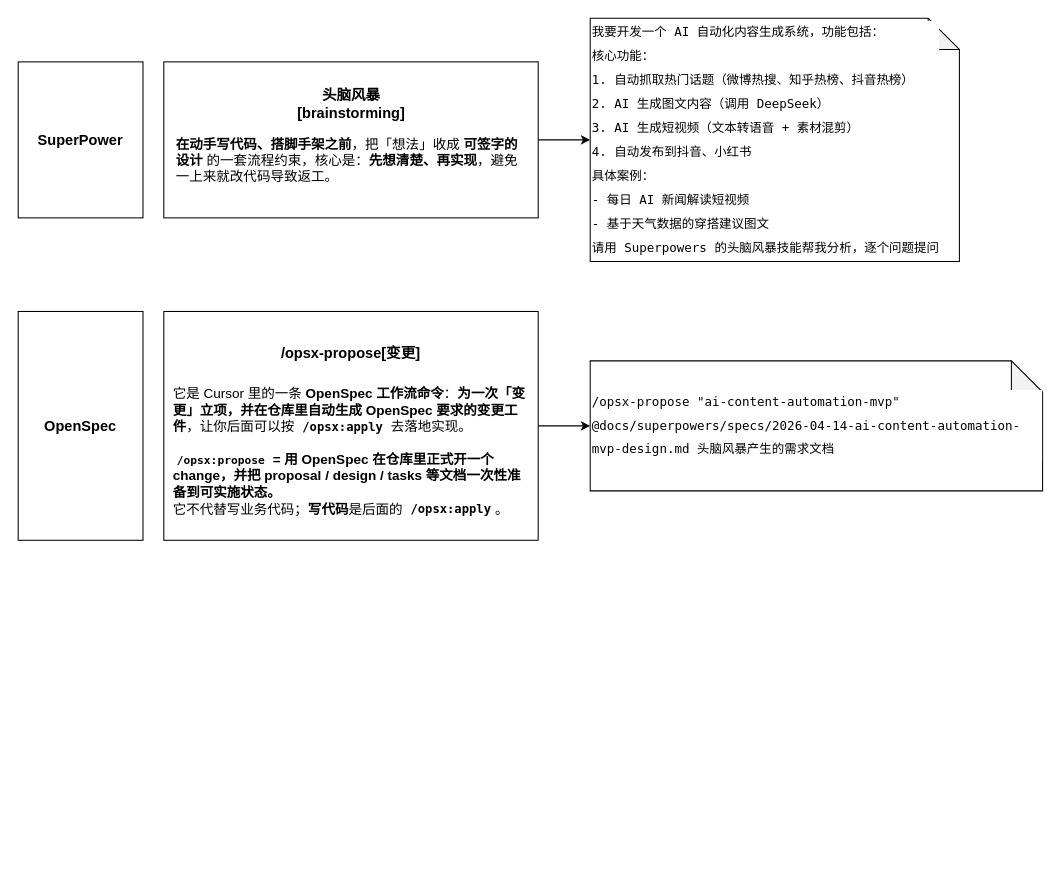
spjiang/ai-content-automation keeps this draw.io diagram as docs/superpower+openspec.drawio. Above is the earlier version. Source tidied: cells renumbered, new cells numbered last; positions are measured from the earlier drawing's top-left corner, leaving out a move shared by most shapes. Both pictures are drawn from the tidied source at 104%, with x=0, y=0 at pixel (18, 18).
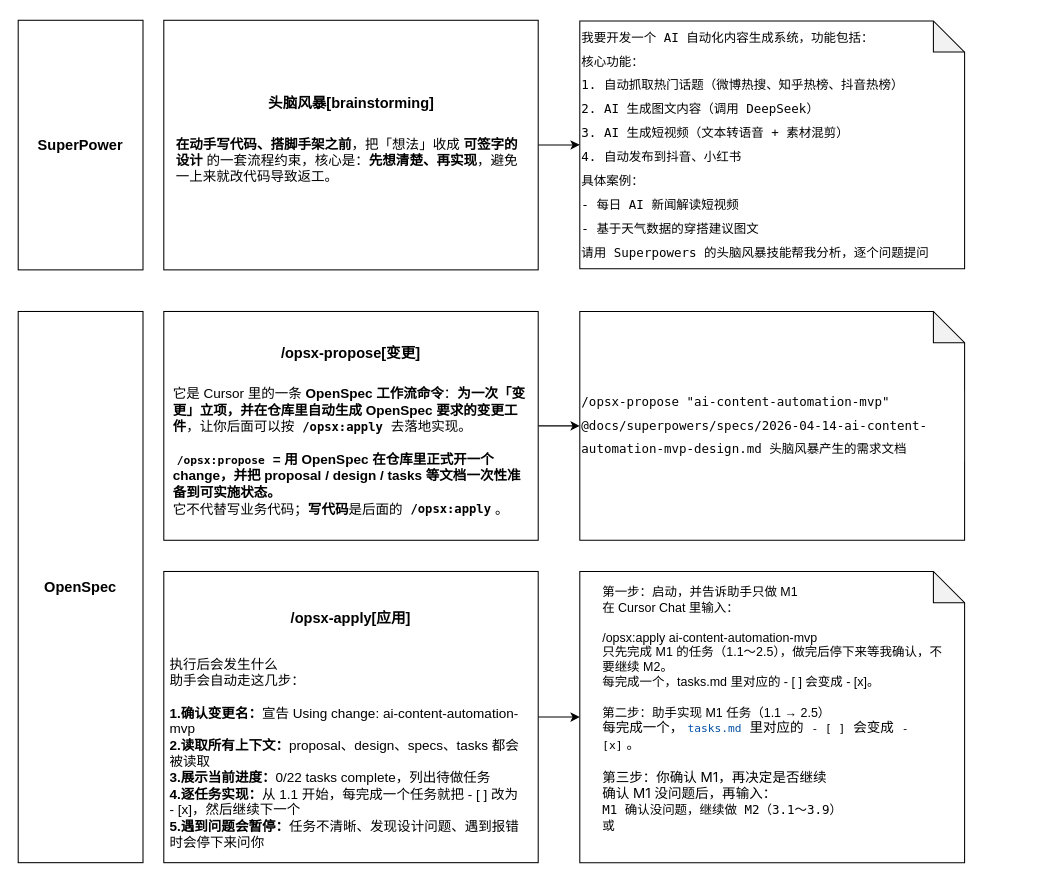
The same diagram, later.

Diff of the diagram source:
```diff
@@
     <mxCell id="2" value="&lt;b&gt;&lt;font style=&quot;font-size: 14px&quot;&gt;SuperPower&lt;/font&gt;&lt;/b&gt;" style="rounded=0;whiteSpace=wrap;html=1;" parent="1" vertex="1">
-      <mxGeometry y="42" width="120" height="150" as="geometry" />
+      <mxGeometry y="2" width="120" height="240" as="geometry" />
     </mxCell>
@@
     <mxCell id="4" style="rounded=0;whiteSpace=wrap;html=1;" parent="1" vertex="1">
-      <mxGeometry x="140" y="42" width="360" height="150" as="geometry" />
+      <mxGeometry x="140" y="2" width="360" height="240" as="geometry" />
     </mxCell>
     <mxCell id="5" value="&lt;b&gt;&lt;font style=&quot;font-size: 14px&quot;&gt;头脑风暴[brainstorming]&lt;/font&gt;&lt;/b&gt;" style="text;html=1;strokeColor=none;fillColor=none;align=center;verticalAlign=middle;whiteSpace=wrap;rounded=0;" parent="1" vertex="1">
-      <mxGeometry x="247.5" y="72" width="145" height="20" as="geometry" />
+      <mxGeometry x="213.8" y="72" width="212.5" height="20" as="geometry" />
     </mxCell>
@@
     <mxCell id="8" value="&lt;font style=&quot;font-size: 14px&quot;&gt;&lt;b&gt;OpenSpec&lt;/b&gt;&lt;/font&gt;" style="rounded=0;whiteSpace=wrap;html=1;" parent="1" vertex="1">
-      <mxGeometry y="282" width="120" height="220" as="geometry" />
+      <mxGeometry y="282" width="120" height="530" as="geometry" />
     </mxCell>
@@
     <mxCell id="12" value="&lt;div style=&quot;background-color: rgb(255 , 255 , 255) ; line-height: 23px&quot;&gt;&lt;div&gt;&lt;div&gt;&lt;font face=&quot;menlo, monaco, courier new, monospace&quot;&gt;我要开发一个 AI 自动化内容生成系统，功能包括：&lt;/font&gt;&lt;/div&gt;&lt;div&gt;&lt;font face=&quot;menlo, monaco, courier new, monospace&quot;&gt;核心功能：&lt;/font&gt;&lt;/div&gt;&lt;div&gt;&lt;font face=&quot;menlo, monaco, courier new, monospace&quot;&gt;1. 自动抓取热门话题（微博热搜、知乎热榜、抖音热榜）&lt;/font&gt;&lt;/div&gt;&lt;div&gt;&lt;font face=&quot;menlo, monaco, courier new, monospace&quot;&gt;2. AI 生成图文内容（调用 DeepSeek）&lt;/font&gt;&lt;/div&gt;&lt;div&gt;&lt;font face=&quot;menlo, monaco, courier new, monospace&quot;&gt;3. AI 生成短视频（文本转语音 + 素材混剪）&lt;/font&gt;&lt;/div&gt;&lt;div&gt;&lt;font face=&quot;menlo, monaco, courier new, monospace&quot;&gt;4. 自动发布到抖音、小红书&lt;/font&gt;&lt;/div&gt;&lt;div&gt;&lt;font face=&quot;menlo, monaco, courier new, monospace&quot;&gt;具体案例：&lt;/font&gt;&lt;/div&gt;&lt;div&gt;&lt;font face=&quot;menlo, monaco, courier new, monospace&quot;&gt;- 每日 AI 新闻解读短视频&lt;/font&gt;&lt;/div&gt;&lt;div&gt;&lt;font face=&quot;menlo, monaco, courier new, monospace&quot;&gt;- 基于天气数据的穿搭建议图文&lt;/font&gt;&lt;/div&gt;&lt;div&gt;&lt;font face=&quot;menlo, monaco, courier new, monospace&quot;&gt;请用 Superpowers 的头脑风暴技能帮我分析，逐个问题提问&lt;/font&gt;&lt;/div&gt;&lt;/div&gt;&lt;/div&gt;" style="shape=note;whiteSpace=wrap;html=1;backgroundOutline=1;darkOpacity=0.05;align=left;" parent="1" vertex="1">
-      <mxGeometry x="550" y="0.1" width="355" height="233.8" as="geometry" />
+      <mxGeometry x="540" y="2.6" width="370" height="238.4" as="geometry" />
     </mxCell>
     <mxCell id="13" value="&lt;div style=&quot;background-color: rgb(255 , 255 , 255) ; font-family: &amp;#34;menlo&amp;#34; , &amp;#34;monaco&amp;#34; , &amp;#34;courier new&amp;#34; , monospace ; line-height: 23px&quot;&gt;&lt;font style=&quot;font-size: 12px&quot;&gt;/opsx-propose &quot;ai-content-automation-mvp&quot; @docs/superpowers/specs/2026-04-14-ai-content-automation-mvp-design.md 头脑风暴产生的需求文档&lt;/font&gt;&lt;/div&gt;" style="shape=note;whiteSpace=wrap;html=1;backgroundOutline=1;darkOpacity=0.05;align=left;" parent="1" vertex="1">
-      <mxGeometry x="550" y="329.5" width="435" height="125" as="geometry" />
+      <mxGeometry x="540" y="282" width="370" height="220" as="geometry" />
     </mxCell>
+    <mxCell id="14" style="edgeStyle=orthogonalEdgeStyle;rounded=0;jettySize=auto;html=1;entryX=0;entryY=0.5;entryDx=0;entryDy=0;entryPerimeter=0;" parent="1" edge="1" source="15">
+      <mxGeometry relative="1" as="geometry">
+        <mxPoint x="540" y="672" as="targetPoint" />
+      </mxGeometry>
+    </mxCell>
+    <mxCell id="15" style="rounded=0;whiteSpace=wrap;html=1;" parent="1" vertex="1">
+      <mxGeometry x="140" y="532" width="360" height="280" as="geometry" />
+    </mxCell>
+    <mxCell id="16" value="&lt;b&gt;&lt;font style=&quot;font-size: 14px&quot;&gt;/opsx-apply[应用]&lt;/font&gt;&lt;/b&gt;" style="text;html=1;strokeColor=none;fillColor=none;align=center;verticalAlign=middle;whiteSpace=wrap;rounded=0;" parent="1" vertex="1">
+      <mxGeometry x="210" y="562" width="220" height="30" as="geometry" />
+    </mxCell>
+    <mxCell id="17" value="&lt;div style=&quot;text-align: left&quot;&gt;&lt;div&gt;&lt;span style=&quot;font-size: 13px ; background-color: rgb(255 , 255 , 255)&quot;&gt;执行后会发生什么&lt;/span&gt;&lt;/div&gt;&lt;div&gt;&lt;span style=&quot;font-size: 13px ; background-color: rgb(255 , 255 , 255)&quot;&gt;助手会自动走这几步：&lt;/span&gt;&lt;/div&gt;&lt;div&gt;&lt;span style=&quot;font-size: 13px ; background-color: rgb(255 , 255 , 255)&quot;&gt;&lt;br&gt;&lt;/span&gt;&lt;/div&gt;&lt;div&gt;&lt;span style=&quot;font-size: 13px ; background-color: rgb(255 , 255 , 255)&quot;&gt;&lt;b&gt;1.确认变更名：&lt;/b&gt;宣告 Using change: ai-content-automation-mvp&lt;/span&gt;&lt;/div&gt;&lt;div&gt;&lt;span style=&quot;font-size: 13px ; background-color: rgb(255 , 255 , 255)&quot;&gt;&lt;b&gt;2.读取所有上下文：&lt;/b&gt;proposal、design、specs、tasks 都会被读取&lt;/span&gt;&lt;/div&gt;&lt;div&gt;&lt;span style=&quot;font-size: 13px ; background-color: rgb(255 , 255 , 255)&quot;&gt;&lt;b&gt;3.展示当前进度：&lt;/b&gt;0/22 tasks complete，列出待做任务&lt;/span&gt;&lt;/div&gt;&lt;div&gt;&lt;span style=&quot;font-size: 13px ; background-color: rgb(255 , 255 , 255)&quot;&gt;&lt;b&gt;4.逐任务实现：&lt;/b&gt;从 1.1 开始，每完成一个任务就把 - [ ] 改为 - [x]，然后继续下一个&lt;/span&gt;&lt;/div&gt;&lt;div&gt;&lt;span style=&quot;font-size: 13px ; background-color: rgb(255 , 255 , 255)&quot;&gt;&lt;b&gt;5.遇到问题会暂停：&lt;/b&gt;任务不清晰、发现设计问题、遇到报错时会停下来问你&lt;/span&gt;&lt;/div&gt;&lt;/div&gt;" style="text;html=1;strokeColor=none;fillColor=none;align=center;verticalAlign=middle;whiteSpace=wrap;rounded=0;" parent="1" vertex="1">
+      <mxGeometry x="145" y="612" width="345" height="190" as="geometry" />
+    </mxCell>
+    <mxCell id="18" style="shape=note;whiteSpace=wrap;html=1;backgroundOutline=1;darkOpacity=0.05;" parent="1" vertex="1">
+      <mxGeometry x="540" y="532" width="370" height="280" as="geometry" />
+    </mxCell>
+    <mxCell id="19" value="&lt;p style=&quot;line-height: 120%&quot;&gt;&lt;/p&gt;&lt;div&gt;第一步：启动，并告诉助手只做 M1&lt;/div&gt;&lt;div&gt;在 Cursor Chat 里输入：&lt;/div&gt;&lt;div&gt;&lt;br&gt;&lt;/div&gt;&lt;div&gt;/opsx:apply ai-content-automation-mvp&lt;/div&gt;&lt;div&gt;只先完成 M1 的任务（1.1～2.5），做完后停下来等我确认，不要继续 M2。&lt;/div&gt;&lt;div&gt;每完成一个，tasks.md 里对应的 - [ ] 会变成 - [x]。&lt;/div&gt;&lt;div&gt;&lt;br&gt;&lt;/div&gt;&lt;div&gt;第二步：助手实现 M1 任务（1.1 → 2.5）&lt;br&gt;&lt;/div&gt;&lt;div&gt;&lt;span style=&quot;font-family: , , &amp;#34;pingfang sc&amp;#34; , &amp;#34;hiragino sans gb&amp;#34; , sans-serif ; font-size: 13px ; background-color: rgb(255 , 255 , 255)&quot;&gt;每完成一个，&lt;/span&gt;&lt;code class=&quot;md-clickable-code md-inline-path-filename-like&quot; tabindex=&quot;0&quot; style=&quot;padding: 1.5px 4px ; border-radius: 5px ; color: rgb(4 , 81 , 165) ; font-family: &amp;#34;menlo&amp;#34; , &amp;#34;monaco&amp;#34; , &amp;#34;courier new&amp;#34; , monospace ; font-size: 0.9em ; line-height: 1.4 ; word-break: break-all ; cursor: pointer&quot;&gt;&lt;span class=&quot;md-inline-path-filename&quot;&gt;tasks.md&lt;/span&gt;&lt;/code&gt;&lt;span style=&quot;font-family: , , &amp;#34;pingfang sc&amp;#34; , &amp;#34;hiragino sans gb&amp;#34; , sans-serif ; font-size: 13px ; background-color: rgb(255 , 255 , 255)&quot;&gt;&amp;nbsp;里对应的&amp;nbsp;&lt;/span&gt;&lt;code class=&quot;&quot; style=&quot;padding: 1.5px 4px ; border-radius: 5px ; font-family: &amp;#34;menlo&amp;#34; , &amp;#34;monaco&amp;#34; , &amp;#34;courier new&amp;#34; , monospace ; font-size: 0.9em ; line-height: 1.4 ; word-break: break-all&quot;&gt;- [ ]&lt;/code&gt;&lt;span style=&quot;font-family: , , &amp;#34;pingfang sc&amp;#34; , &amp;#34;hiragino sans gb&amp;#34; , sans-serif ; font-size: 13px ; background-color: rgb(255 , 255 , 255)&quot;&gt;&amp;nbsp;会变成&amp;nbsp;&lt;/span&gt;&lt;code class=&quot;&quot; style=&quot;padding: 1.5px 4px ; border-radius: 5px ; font-family: &amp;#34;menlo&amp;#34; , &amp;#34;monaco&amp;#34; , &amp;#34;courier new&amp;#34; , monospace ; font-size: 0.9em ; line-height: 1.4 ; word-break: break-all&quot;&gt;- [x]&lt;/code&gt;&lt;span style=&quot;font-family: , , &amp;#34;pingfang sc&amp;#34; , &amp;#34;hiragino sans gb&amp;#34; , sans-serif ; font-size: 13px ; background-color: rgb(255 , 255 , 255)&quot;&gt;。&lt;/span&gt;&lt;br&gt;&lt;/div&gt;&lt;div&gt;&lt;span style=&quot;font-family: , , &amp;#34;pingfang sc&amp;#34; , &amp;#34;hiragino sans gb&amp;#34; , sans-serif ; font-size: 13px ; background-color: rgb(255 , 255 , 255)&quot;&gt;&lt;br&gt;&lt;/span&gt;&lt;/div&gt;&lt;div&gt;&lt;span style=&quot;background-color: rgb(255 , 255 , 255)&quot;&gt;&lt;font face=&quot;-apple-system, system-ui, PingFang SC, Hiragino Sans GB, sans-serif&quot;&gt;&lt;span style=&quot;font-size: 13px&quot;&gt;第三步：你确认 M1，再决定是否继续&lt;/span&gt;&lt;/font&gt;&lt;br&gt;&lt;/span&gt;&lt;/div&gt;&lt;div&gt;&lt;span style=&quot;background-color: rgb(255 , 255 , 255)&quot;&gt;&lt;font face=&quot;-apple-system, system-ui, PingFang SC, Hiragino Sans GB, sans-serif&quot;&gt;&lt;span style=&quot;font-size: 13px&quot;&gt;确认 M1 没问题后，再输入：&lt;/span&gt;&lt;br&gt;&lt;/font&gt;&lt;/span&gt;&lt;/div&gt;&lt;div&gt;&lt;span style=&quot;font-family: &amp;#34;menlo&amp;#34; , &amp;#34;monaco&amp;#34; , &amp;#34;courier new&amp;#34; , monospace ; background-color: rgb(255 , 255 , 255)&quot;&gt;M1 确认没问题，继续做 M2（3.1～3.9）&lt;/span&gt;&lt;span style=&quot;background-color: rgb(255 , 255 , 255)&quot;&gt;&lt;font face=&quot;-apple-system, system-ui, PingFang SC, Hiragino Sans GB, sans-serif&quot;&gt;&lt;span style=&quot;font-size: 13px&quot;&gt;&lt;br&gt;&lt;/span&gt;&lt;/font&gt;&lt;/span&gt;&lt;/div&gt;&lt;div&gt;&lt;font face=&quot;Menlo, Monaco, Courier New, monospace&quot;&gt;&lt;span style=&quot;background-color: rgb(255 , 255 , 255)&quot;&gt;或&lt;/span&gt;&lt;/font&gt;&lt;/div&gt;&lt;div&gt;&lt;span style=&quot;background-color: rgb(255 , 255 , 255)&quot;&gt;&lt;font face=&quot;-apple-system, system-ui, PingFang SC, Hiragino Sans GB, sans-serif&quot;&gt;&lt;span style=&quot;font-size: 13px&quot;&gt;&lt;br&gt;&lt;/span&gt;&lt;/font&gt;&lt;/span&gt;&lt;/div&gt;&lt;p&gt;&lt;/p&gt;" style="text;html=1;strokeColor=none;fillColor=none;align=left;verticalAlign=middle;whiteSpace=wrap;rounded=0;" parent="1" vertex="1">
+      <mxGeometry x="560" y="542" width="330" height="260" as="geometry" />
+    </mxCell>
```
